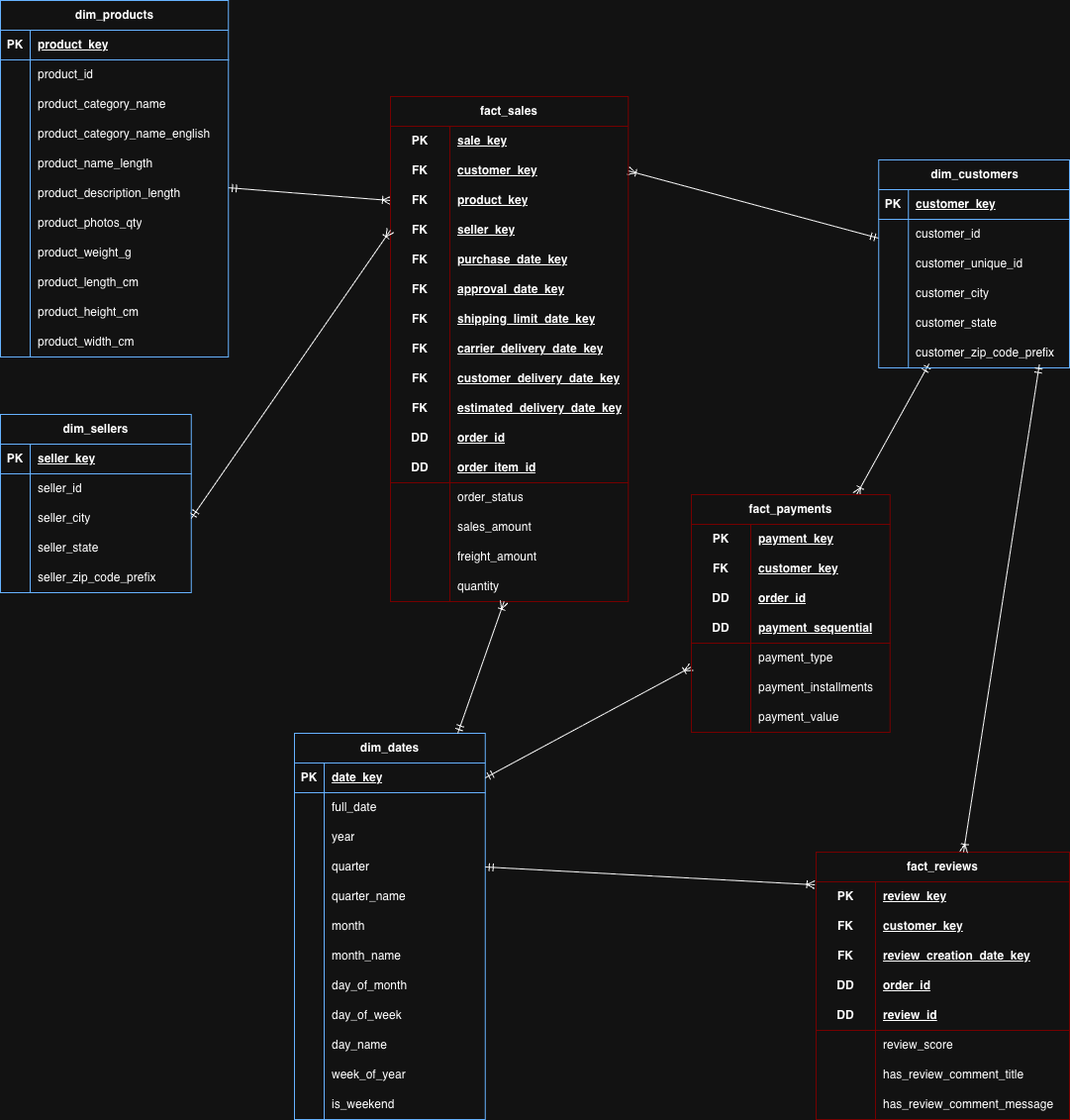
This is diagrams/gold-layer-dimensional-model.png from aatmaneoulmouden/olist-data-warehouse, a draw.io export, as it was before one commit. Source tidied: cells renumbered, new cells last; positions are measured from the earlier drawing's top-left corner, leaving out a move shared by most shapes.
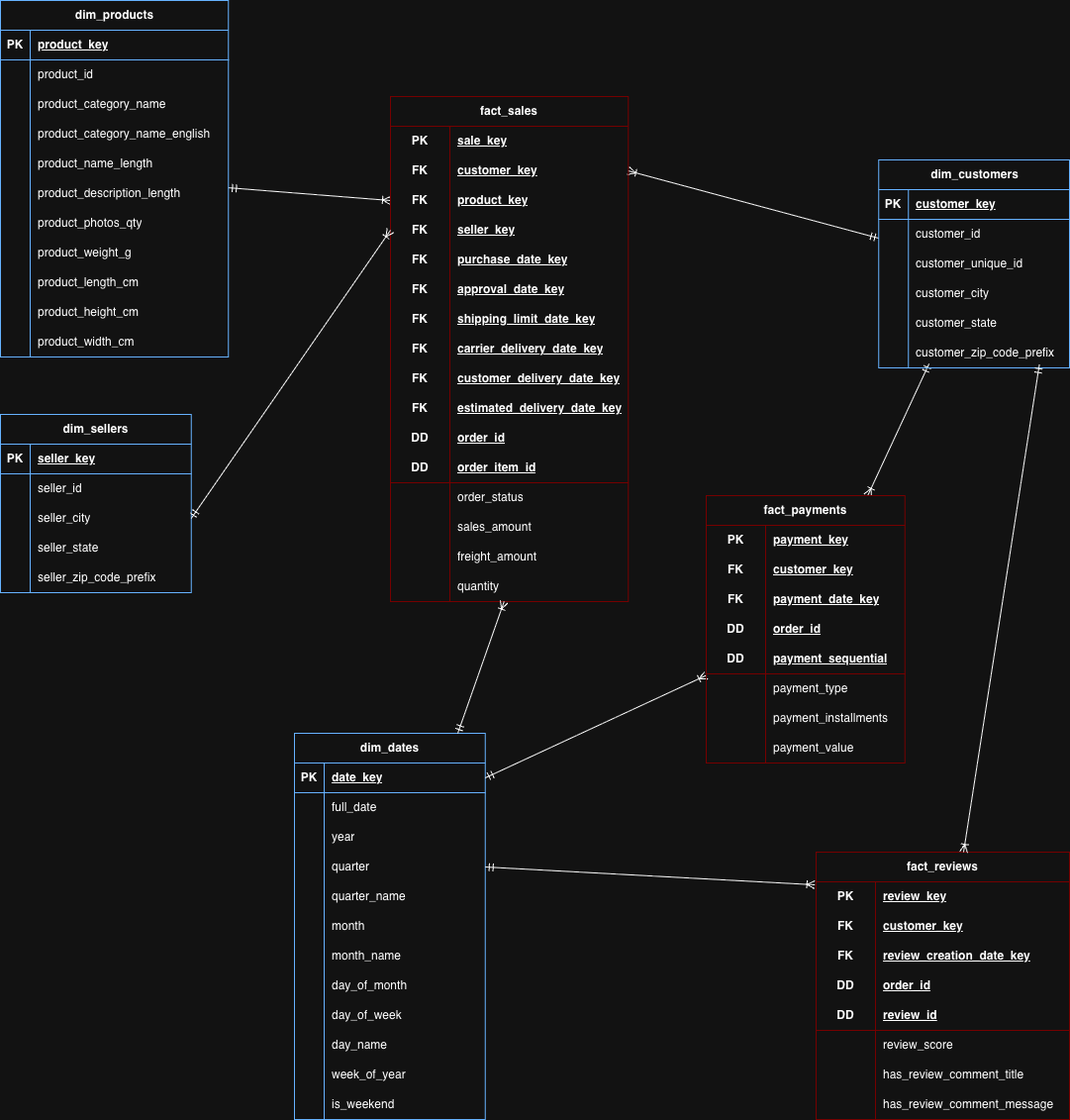
Above is the later version.

Commit message:
docs(gold): add payment_date_key to dimensional model and fact_payments documentation

The edit, as a diff of the source:
```diff
@@ -480,7 +480,7 @@
       <mxGeometry relative="1" as="geometry" />
     </mxCell>
     <mxCell id="161" value="fact_payments" style="shape=table;startSize=30;rowLines=0;fontStyle=1;align=center;html=1;whiteSpace=wrap;strokeColor=light-dark(#000000,#750000);" parent="1" vertex="1">
-      <mxGeometry x="698" y="499" width="200.8" height="240" as="geometry" />
+      <mxGeometry x="713" y="500" width="200.8" height="270" as="geometry" />
     </mxCell>
     <mxCell id="162" style="shape=tableRow;horizontal=0;startSize=0;swimlaneHead=0;swimlaneBody=0;fillColor=none;top=0;left=0;right=0;bottom=0;html=1;strokeColor=light-dark(#000000,#750000);" parent="161" vertex="1">
       <mxGeometry y="30" width="200.8" height="30" as="geometry" />
@@ -500,8 +500,17 @@
     <mxCell id="167" value="customer_key" style="shape=partialRectangle;fillColor=none;top=0;left=0;bottom=0;right=0;align=left;spacingLeft=6;fontStyle=5;overflow=hidden;html=1;whiteSpace=wrap;strokeColor=light-dark(#000000,#750000);" parent="165" vertex="1">
       <mxGeometry x="60" width="140.8" height="30" as="geometry" />
     </mxCell>
+    <mxCell id="212" style="shape=tableRow;horizontal=0;startSize=0;swimlaneHead=0;swimlaneBody=0;fillColor=none;top=0;left=0;right=0;bottom=0;html=1;strokeColor=light-dark(#000000,#750000);" parent="161" vertex="1">
+      <mxGeometry y="90" width="200.8" height="30" as="geometry" />
+    </mxCell>
+    <mxCell id="213" value="FK" style="shape=partialRectangle;fillColor=none;top=0;left=0;bottom=0;right=0;fontStyle=1;overflow=hidden;html=1;whiteSpace=wrap;strokeColor=light-dark(#000000,#750000);" parent="212" vertex="1">
+      <mxGeometry width="60" height="30" as="geometry" />
+    </mxCell>
+    <mxCell id="214" value="payment_date_key" style="shape=partialRectangle;fillColor=none;top=0;left=0;bottom=0;right=0;align=left;spacingLeft=6;fontStyle=5;overflow=hidden;html=1;whiteSpace=wrap;strokeColor=light-dark(#000000,#750000);" parent="212" vertex="1">
+      <mxGeometry x="60" width="140.8" height="30" as="geometry" />
+    </mxCell>
     <mxCell id="168" style="shape=tableRow;horizontal=0;startSize=0;swimlaneHead=0;swimlaneBody=0;fillColor=none;top=0;left=0;right=0;bottom=0;html=1;strokeColor=light-dark(#000000,#750000);" parent="161" vertex="1">
-      <mxGeometry y="90" width="200.8" height="30" as="geometry" />
+      <mxGeometry y="120" width="200.8" height="30" as="geometry" />
     </mxCell>
     <mxCell id="169" value="DD" style="shape=partialRectangle;fillColor=none;top=0;left=0;bottom=0;right=0;fontStyle=1;overflow=hidden;html=1;whiteSpace=wrap;strokeColor=light-dark(#000000,#750000);" parent="168" vertex="1">
       <mxGeometry width="60" height="30" as="geometry" />
@@ -510,7 +519,7 @@
       <mxGeometry x="60" width="140.8" height="30" as="geometry" />
     </mxCell>
     <mxCell id="171" style="shape=tableRow;horizontal=0;startSize=0;swimlaneHead=0;swimlaneBody=0;fillColor=none;top=0;left=0;right=0;bottom=1;html=1;strokeColor=light-dark(#000000,#750000);" parent="161" vertex="1">
-      <mxGeometry y="120" width="200.8" height="30" as="geometry" />
+      <mxGeometry y="150" width="200.8" height="30" as="geometry" />
     </mxCell>
     <mxCell id="172" value="DD" style="shape=partialRectangle;fillColor=none;top=0;left=0;bottom=0;right=0;fontStyle=1;overflow=hidden;html=1;whiteSpace=wrap;strokeColor=light-dark(#000000,#750000);" parent="171" vertex="1">
       <mxGeometry width="60" height="30" as="geometry" />
@@ -519,7 +528,7 @@
       <mxGeometry x="60" width="140.8" height="30" as="geometry" />
     </mxCell>
     <mxCell id="174" style="shape=tableRow;horizontal=0;startSize=0;swimlaneHead=0;swimlaneBody=0;fillColor=none;top=0;left=0;right=0;bottom=0;html=1;strokeColor=light-dark(#000000,#750000);" parent="161" vertex="1">
-      <mxGeometry y="150" width="200.8" height="30" as="geometry" />
+      <mxGeometry y="180" width="200.8" height="30" as="geometry" />
     </mxCell>
     <mxCell id="175" style="shape=partialRectangle;fillColor=none;top=0;left=0;bottom=0;right=0;overflow=hidden;html=1;whiteSpace=wrap;strokeColor=light-dark(#000000,#750000);" parent="174" vertex="1">
       <mxGeometry width="60" height="30" as="geometry" />
@@ -528,7 +537,7 @@
       <mxGeometry x="60" width="140.8" height="30" as="geometry" />
     </mxCell>
     <mxCell id="177" style="shape=tableRow;horizontal=0;startSize=0;swimlaneHead=0;swimlaneBody=0;fillColor=none;top=0;left=0;right=0;bottom=0;html=1;strokeColor=light-dark(#000000,#750000);" parent="161" vertex="1">
-      <mxGeometry y="180" width="200.8" height="30" as="geometry" />
+      <mxGeometry y="210" width="200.8" height="30" as="geometry" />
     </mxCell>
     <mxCell id="178" style="shape=partialRectangle;fillColor=none;top=0;left=0;bottom=0;right=0;overflow=hidden;html=1;whiteSpace=wrap;strokeColor=light-dark(#000000,#750000);" parent="177" vertex="1">
       <mxGeometry width="60" height="30" as="geometry" />
@@ -537,7 +546,7 @@
       <mxGeometry x="60" width="140.8" height="30" as="geometry" />
     </mxCell>
     <mxCell id="180" style="shape=tableRow;horizontal=0;startSize=0;swimlaneHead=0;swimlaneBody=0;fillColor=none;top=0;left=0;right=0;bottom=0;html=1;strokeColor=light-dark(#000000,#750000);" parent="161" vertex="1">
-      <mxGeometry y="210" width="200.8" height="30" as="geometry" />
+      <mxGeometry y="240" width="200.8" height="30" as="geometry" />
     </mxCell>
     <mxCell id="181" style="shape=partialRectangle;fillColor=none;top=0;left=0;bottom=0;right=0;overflow=hidden;html=1;whiteSpace=wrap;strokeColor=light-dark(#000000,#750000);" parent="180" vertex="1">
       <mxGeometry width="60" height="30" as="geometry" />
```
